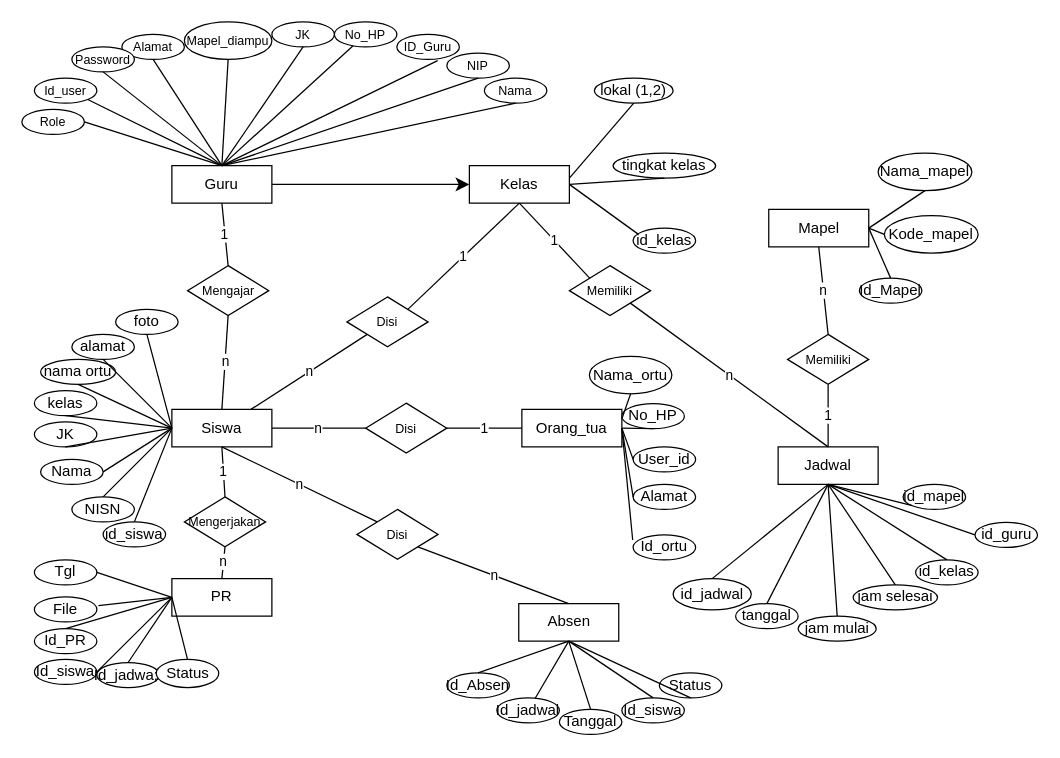
bayudani/diagram keeps this draw.io diagram as page "erd" (1 of 2) of Diagram Tanpa Judul.drawio. Above is the earlier version. Source tidied: cells renumbered, new cells numbered last; positions are measured from the earlier drawing's top-left corner, leaving out a move shared by most shapes. Both pictures are drawn from the tidied source at 125%, with x=0, y=0 at pixel (21, 21).
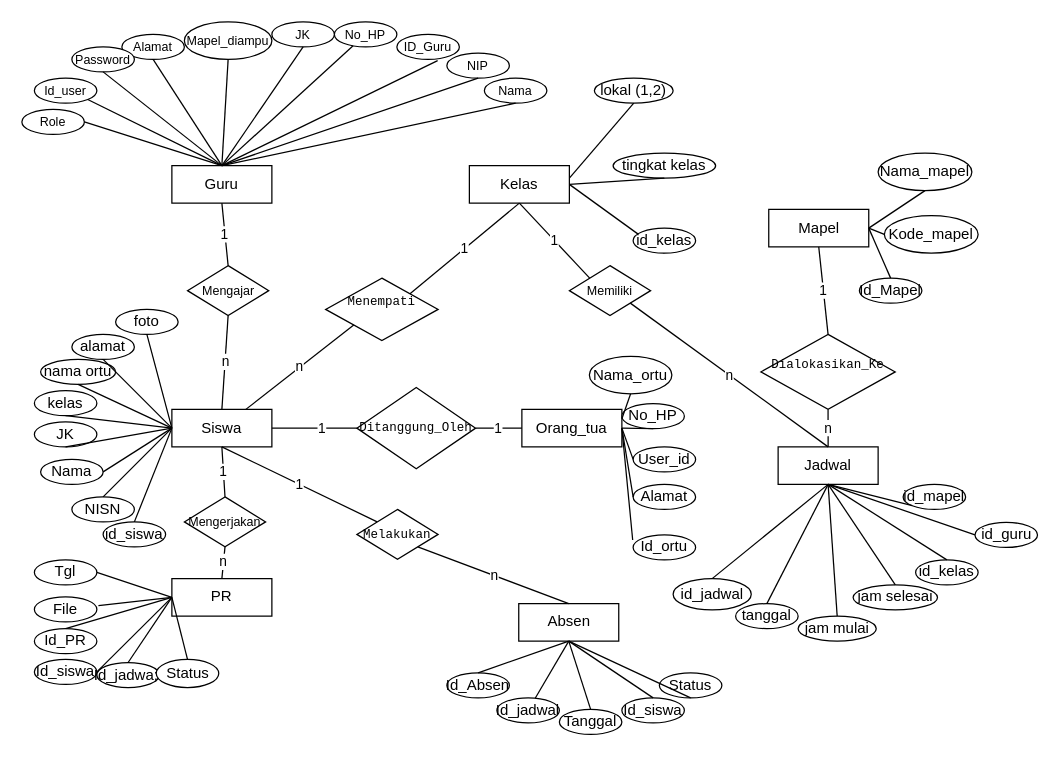
After the change.

The change refers to these unchanged cells:
```xml
<mxCell id="2" value="Siswa" style="rounded=0;whiteSpace=wrap;html=1;" parent="1" vertex="1">
  <mxGeometry x="120" y="310" width="80" height="30" as="geometry" />
</mxCell>
<mxCell id="4" value="Guru" style="rounded=0;whiteSpace=wrap;html=1;" parent="1" vertex="1">
  <mxGeometry x="120" y="115" width="80" height="30" as="geometry" />
</mxCell>
<mxCell id="6" value="Jadwal" style="rounded=0;whiteSpace=wrap;html=1;" parent="1" vertex="1">
  <mxGeometry x="605" y="340" width="80" height="30" as="geometry" />
</mxCell>
<mxCell id="7" value="Kelas" style="rounded=0;whiteSpace=wrap;html=1;" parent="1" vertex="1">
  <mxGeometry x="358" y="115" width="80" height="30" as="geometry" />
</mxCell>
<mxCell id="8" value="Mapel" style="rounded=0;whiteSpace=wrap;html=1;" parent="1" vertex="1">
  <mxGeometry x="597.5" y="150" width="80" height="30" as="geometry" />
</mxCell>
```

What changed in the source:
```diff
@@
-    <mxCell id="3" style="edgeStyle=none;curved=1;rounded=0;jettySize=auto;html=1;fontSize=12;startSize=8;endSize=8;" parent="1" edge="1" source="4" target="7">
-      <mxGeometry relative="1" as="geometry" />
-    </mxCell>
@@
-    <mxCell id="111" value="Disi" style="rhombus;whiteSpace=wrap;html=1;fontSize=10;" parent="1" vertex="1">
-      <mxGeometry x="260" y="220" width="65" height="40" as="geometry" />
+    <mxCell id="111" value="&#10;&lt;p&gt;&lt;code&gt;Menempati&lt;/code&gt;&lt;/p&gt;&#10;&#10;" style="rhombus;whiteSpace=wrap;html=1;fontSize=10;" parent="1" vertex="1">
+      <mxGeometry x="243" y="205" width="90" height="50" as="geometry" />
     </mxCell>
@@
-    <mxCell id="117" value="Memiliki" style="rhombus;whiteSpace=wrap;html=1;fontSize=10;" parent="1" vertex="1">
-      <mxGeometry x="612.5" y="250" width="65" height="40" as="geometry" />
+    <mxCell id="117" value="&#10;&lt;p&gt;&lt;code&gt;Dialokasikan_Ke&lt;/code&gt; &lt;/p&gt;&#10;&#10;" style="rhombus;whiteSpace=wrap;html=1;fontSize=10;" parent="1" vertex="1">
+      <mxGeometry x="591.2" y="250" width="107.5" height="60" as="geometry" />
     </mxCell>
-    <mxCell id="118" value="1" style="endArrow=none;html=1;rounded=0;entryX=0.5;entryY=0;entryDx=0;entryDy=0;exitX=0.5;exitY=1;exitDx=0;exitDy=0;" parent="1" edge="1" source="117" target="6">
+    <mxCell id="118" value="n" style="endArrow=none;html=1;rounded=0;entryX=0.5;entryY=0;entryDx=0;entryDy=0;exitX=0.5;exitY=1;exitDx=0;exitDy=0;" parent="1" edge="1" source="117" target="6">
       <mxGeometry relative="1" as="geometry" />
     </mxCell>
-    <mxCell id="119" value="n" style="endArrow=none;html=1;rounded=0;entryX=0.5;entryY=0;entryDx=0;entryDy=0;exitX=0.5;exitY=1;exitDx=0;exitDy=0;" parent="1" edge="1" source="8" target="117">
+    <mxCell id="119" value="1" style="endArrow=none;html=1;rounded=0;entryX=0.5;entryY=0;entryDx=0;entryDy=0;exitX=0.5;exitY=1;exitDx=0;exitDy=0;" parent="1" edge="1" source="8" target="117">
       <mxGeometry relative="1" as="geometry" />
     </mxCell>
-    <mxCell id="120" value="Disi" style="rhombus;whiteSpace=wrap;html=1;fontSize=10;" parent="1" vertex="1">
-      <mxGeometry x="275" y="305" width="65" height="40" as="geometry" />
+    <mxCell id="120" value="&lt;p&gt;&lt;code&gt;Ditanggung_Oleh&lt;/code&gt;&lt;/p&gt;" style="rhombus;whiteSpace=wrap;html=1;fontSize=10;" parent="1" vertex="1">
+      <mxGeometry x="268" y="292.5" width="95" height="65" as="geometry" />
     </mxCell>
@@
-    <mxCell id="122" value="n" style="endArrow=none;html=1;rounded=0;entryX=1;entryY=0.5;entryDx=0;entryDy=0;exitX=0;exitY=0.5;exitDx=0;exitDy=0;" parent="1" edge="1" source="120" target="2">
-      <mxGeometry relative="1" as="geometry" />
+    <mxCell id="122" value="1" style="endArrow=none;html=1;rounded=0;entryX=1;entryY=0.5;entryDx=0;entryDy=0;exitX=0;exitY=0.5;exitDx=0;exitDy=0;" parent="1" edge="1" source="120" target="2">
+      <mxGeometry x="-0.18" relative="1" as="geometry" />
     </mxCell>
-    <mxCell id="123" value="Disi" style="rhombus;whiteSpace=wrap;html=1;fontSize=10;" parent="1" vertex="1">
+    <mxCell id="123" value="&lt;p&gt;&lt;code&gt;Melakukan&lt;/code&gt;&lt;/p&gt;" style="rhombus;whiteSpace=wrap;html=1;fontSize=10;" parent="1" vertex="1">
       <mxGeometry x="268" y="390" width="65" height="40" as="geometry" />
     </mxCell>
-    <mxCell id="124" value="n" style="endArrow=none;html=1;rounded=0;entryX=0.5;entryY=1;entryDx=0;entryDy=0;exitX=0;exitY=0;exitDx=0;exitDy=0;" parent="1" edge="1" source="123" target="2">
+    <mxCell id="124" value="1" style="endArrow=none;html=1;rounded=0;entryX=0.5;entryY=1;entryDx=0;entryDy=0;exitX=0;exitY=0;exitDx=0;exitDy=0;" parent="1" edge="1" source="123" target="2">
       <mxGeometry relative="1" as="geometry" />
     </mxCell>
```
